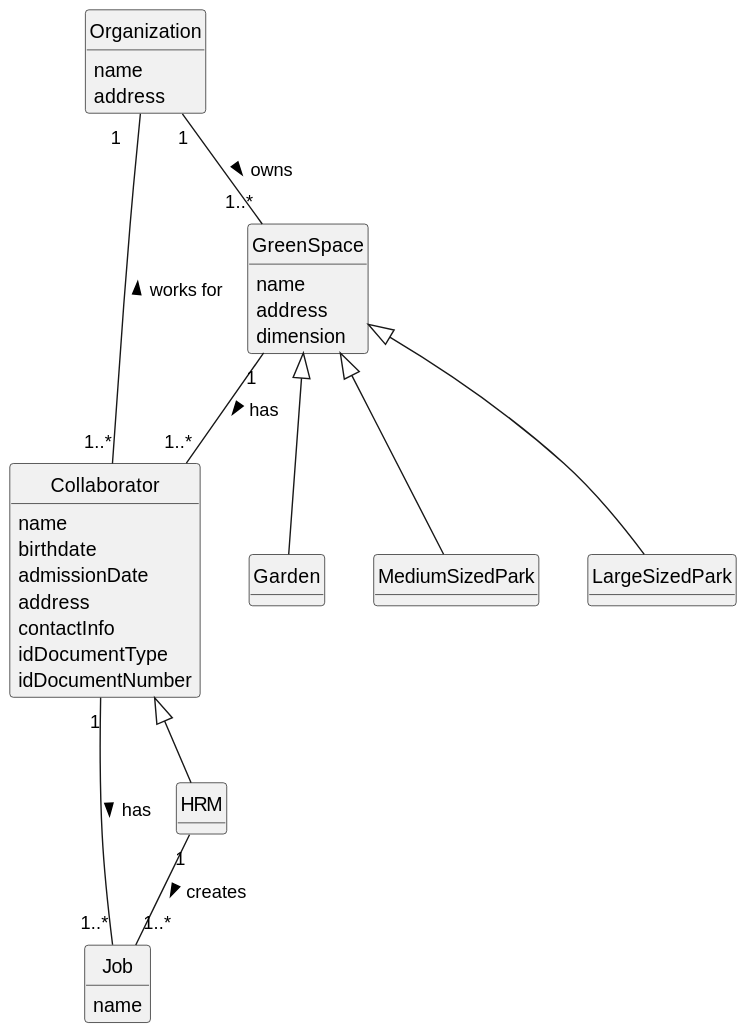
The PlantUML diagram docs/sprintB/us002/02.analysis/svg/us002-domain-model.svg in diogoveirospro/lei-24-s2-1dg-g072, before a commit. Source of this version:
```plantuml
@startuml
skinparam monochrome true
skinparam packageStyle rectangle
skinparam shadowing false


skinparam classAttributeIconSize 0

hide circle
hide methods


class Job {
    name
}

class Collaborator {
   name
   birthdate
   admissionDate
   address
   contactInfo
   idDocumentType
   idDocumentNumber
}

class HRM {

}

class GreenSpace {
    name
    address
    dimension
}

class Garden {

}

class MediumSizedPark {

}

class LargeSizedPark {

}

class Organization{
    name
    address
}

HRM "1" -- "1..*" Job : creates >
Collaborator "1" - "1..*" Job : has >
Collaborator <|-- HRM
GreenSpace "1" -- "1..*" Collaborator: has >
GreenSpace <|-- Garden
GreenSpace <|-- MediumSizedPark
GreenSpace <|-- LargeSizedPark
Organization "1" -- "1..*" GreenSpace: owns >
Organization "1   " -- "1..*" Collaborator: works for <
@enduml
```
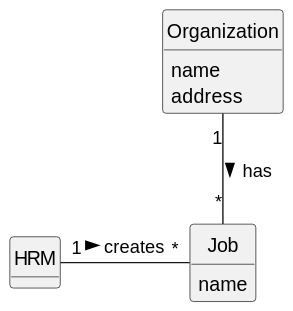
After the commit.

Commit message:
Correction of the Domain Model for US02 and US05.

Diff of the diagram source:
```diff
@@ -14,35 +14,7 @@
     name
 }
 
-class Collaborator {
-   name
-   birthdate
-   admissionDate
-   address
-   contactInfo
-   idDocumentType
-   idDocumentNumber
-}
-
 class HRM {
-
-}
-
-class GreenSpace {
-    name
-    address
-    dimension
-}
-
-class Garden {
-
-}
-
-class MediumSizedPark {
-
-}
-
-class LargeSizedPark {
 
 }
 
@@ -51,13 +23,6 @@
     address
 }
 
-HRM "1" -- "1..*" Job : creates >
-Collaborator "1" - "1..*" Job : has >
-Collaborator <|-- HRM
-GreenSpace "1" -- "1..*" Collaborator: has >
-GreenSpace <|-- Garden
-GreenSpace <|-- MediumSizedPark
-GreenSpace <|-- LargeSizedPark
-Organization "1" -- "1..*" GreenSpace: owns >
-Organization "1   " -- "1..*" Collaborator: works for <
+HRM "1" - "*" Job : creates >
+Organization "1" -- "*" Job: has >
 @enduml
```
